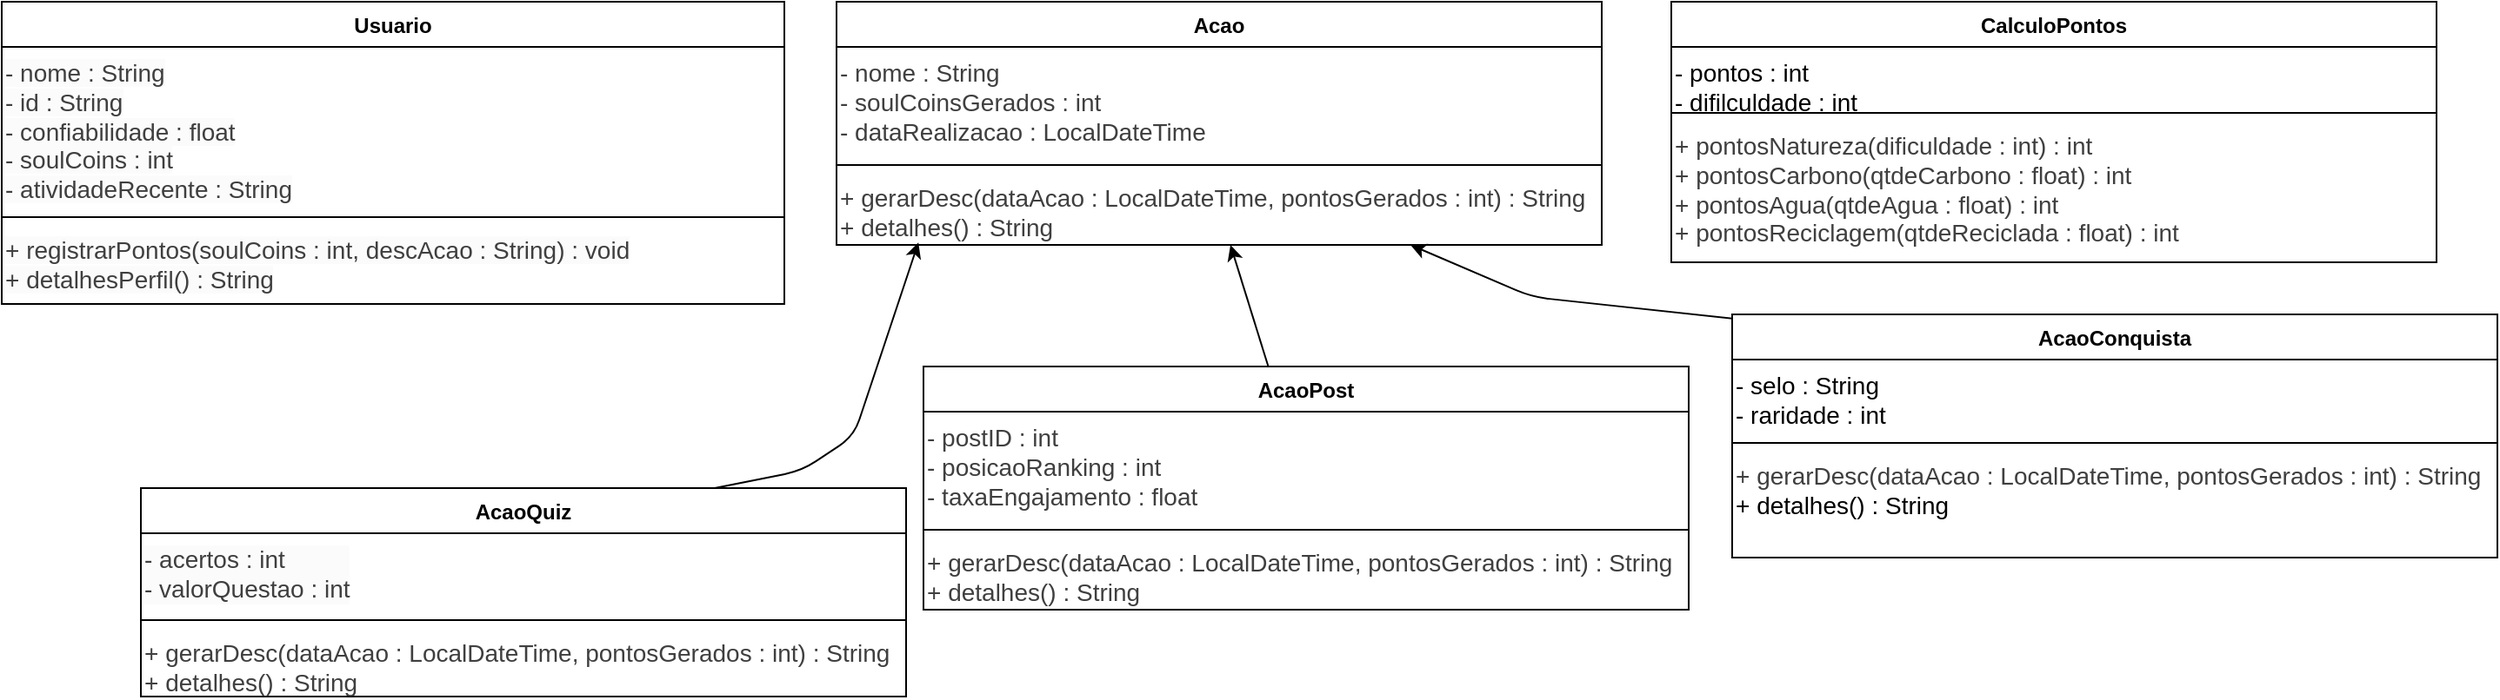
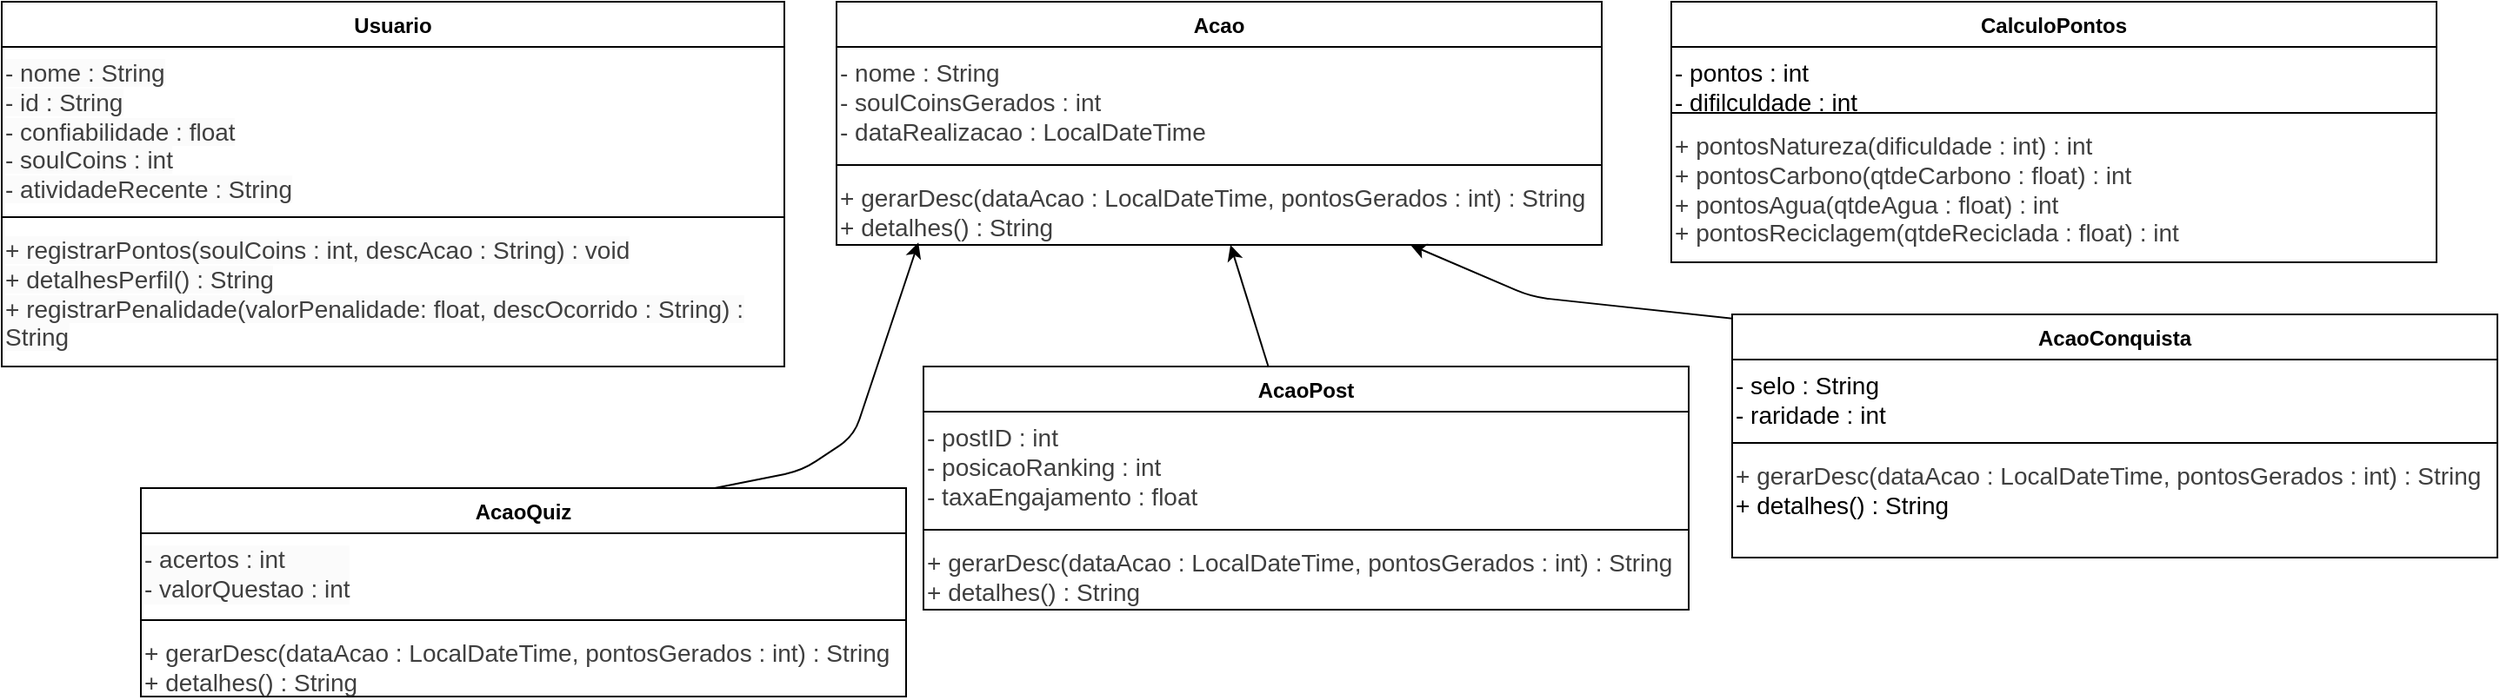
<mxfile host="65bd71144e">
    <diagram name="Diagrama SoulUp" id="soulup-uml">
        <mxGraphModel dx="318" dy="741" grid="1" gridSize="10" guides="1" tooltips="1" connect="1" arrows="1" fold="1" page="1" pageScale="1" pageWidth="1475" pageHeight="827" math="0" shadow="0">
            <root>
                <mxCell id="0"/>
                <mxCell id="1" parent="0"/>
                <mxCell id="7" value="Usuario" style="swimlane;fontStyle=1;align=center;verticalAlign=top;childLayout=stackLayout;horizontal=1;startSize=26;horizontalStack=0;resizeParent=1;resizeParentMax=0;resizeLast=0;collapsible=1;marginBottom=0;whiteSpace=wrap;html=1;" parent="1" vertex="1">
-                     <mxGeometry x="40" y="40" width="450" height="174" as="geometry">
+                     <mxGeometry x="40" y="40" width="450" height="210" as="geometry">
                        <mxRectangle x="710" y="370" width="80" height="30" as="alternateBounds"/>
                    </mxGeometry>
                </mxCell>
                <mxCell id="12" value="&lt;span style=&quot;color: rgb(63, 63, 63); font-family: Helvetica; font-size: 14px; font-style: normal; font-variant-ligatures: normal; font-variant-caps: normal; font-weight: 400; letter-spacing: normal; orphans: 2; text-align: -webkit-left; text-indent: 0px; text-transform: none; widows: 2; word-spacing: 0px; -webkit-text-stroke-width: 0px; white-space: normal; background-color: rgb(251, 251, 251); text-decoration-thickness: initial; text-decoration-style: initial; text-decoration-color: initial; float: none; display: inline !important;&quot;&gt;- nome : String&lt;/span&gt;&lt;br style=&quot;forced-color-adjust: none; color: rgb(63, 63, 63); scrollbar-color: rgb(226, 226, 226) rgb(251, 251, 251); font-family: Helvetica; font-size: 14px; font-style: normal; font-variant-ligatures: normal; font-variant-caps: normal; font-weight: 400; letter-spacing: normal; orphans: 2; text-align: -webkit-left; text-indent: 0px; text-transform: none; widows: 2; word-spacing: 0px; -webkit-text-stroke-width: 0px; white-space: normal; background-color: rgb(251, 251, 251); text-decoration-thickness: initial; text-decoration-style: initial; text-decoration-color: initial;&quot;&gt;&lt;span style=&quot;color: rgb(63, 63, 63); font-family: Helvetica; font-size: 14px; font-style: normal; font-variant-ligatures: normal; font-variant-caps: normal; font-weight: 400; letter-spacing: normal; orphans: 2; text-align: -webkit-left; text-indent: 0px; text-transform: none; widows: 2; word-spacing: 0px; -webkit-text-stroke-width: 0px; white-space: normal; background-color: rgb(251, 251, 251); text-decoration-thickness: initial; text-decoration-style: initial; text-decoration-color: initial; float: none; display: inline !important;&quot;&gt;- id : String&lt;/span&gt;&lt;br style=&quot;forced-color-adjust: none; color: rgb(63, 63, 63); scrollbar-color: rgb(226, 226, 226) rgb(251, 251, 251); font-family: Helvetica; font-size: 14px; font-style: normal; font-variant-ligatures: normal; font-variant-caps: normal; font-weight: 400; letter-spacing: normal; orphans: 2; text-align: -webkit-left; text-indent: 0px; text-transform: none; widows: 2; word-spacing: 0px; -webkit-text-stroke-width: 0px; white-space: normal; background-color: rgb(251, 251, 251); text-decoration-thickness: initial; text-decoration-style: initial; text-decoration-color: initial;&quot;&gt;&lt;span style=&quot;color: rgb(63, 63, 63); font-family: Helvetica; font-size: 14px; font-style: normal; font-variant-ligatures: normal; font-variant-caps: normal; font-weight: 400; letter-spacing: normal; orphans: 2; text-align: -webkit-left; text-indent: 0px; text-transform: none; widows: 2; word-spacing: 0px; -webkit-text-stroke-width: 0px; white-space: normal; background-color: rgb(251, 251, 251); text-decoration-thickness: initial; text-decoration-style: initial; text-decoration-color: initial; float: none; display: inline !important;&quot;&gt;- confiabilidade : float&lt;/span&gt;&lt;br style=&quot;forced-color-adjust: none; color: rgb(63, 63, 63); scrollbar-color: rgb(226, 226, 226) rgb(251, 251, 251); font-family: Helvetica; font-size: 14px; font-style: normal; font-variant-ligatures: normal; font-variant-caps: normal; font-weight: 400; letter-spacing: normal; orphans: 2; text-align: -webkit-left; text-indent: 0px; text-transform: none; widows: 2; word-spacing: 0px; -webkit-text-stroke-width: 0px; white-space: normal; background-color: rgb(251, 251, 251); text-decoration-thickness: initial; text-decoration-style: initial; text-decoration-color: initial;&quot;&gt;&lt;span style=&quot;color: rgb(63, 63, 63); font-family: Helvetica; font-size: 14px; font-style: normal; font-variant-ligatures: normal; font-variant-caps: normal; font-weight: 400; letter-spacing: normal; orphans: 2; text-align: -webkit-left; text-indent: 0px; text-transform: none; widows: 2; word-spacing: 0px; -webkit-text-stroke-width: 0px; white-space: normal; background-color: rgb(251, 251, 251); text-decoration-thickness: initial; text-decoration-style: initial; text-decoration-color: initial; float: none; display: inline !important;&quot;&gt;- soulCoins : int&lt;/span&gt;&lt;div&gt;&lt;div&gt;&lt;span style=&quot;color: rgb(63, 63, 63); font-family: Helvetica; font-size: 14px; font-style: normal; font-variant-ligatures: normal; font-variant-caps: normal; font-weight: 400; letter-spacing: normal; orphans: 2; text-align: -webkit-left; text-indent: 0px; text-transform: none; widows: 2; word-spacing: 0px; -webkit-text-stroke-width: 0px; white-space: normal; background-color: rgb(251, 251, 251); text-decoration-thickness: initial; text-decoration-style: initial; text-decoration-color: initial; float: none; display: inline !important;&quot;&gt;- atividadeRecente : String&lt;/span&gt;&lt;br class=&quot;Apple-interchange-newline&quot;&gt;&lt;/div&gt;&lt;/div&gt;" style="text;whiteSpace=wrap;html=1;" parent="7" vertex="1">
                    <mxGeometry y="26" width="450" height="94" as="geometry"/>
                </mxCell>
                <mxCell id="9" value="" style="line;strokeWidth=1;fillColor=none;align=left;verticalAlign=middle;spacingTop=-1;spacingLeft=3;spacingRight=3;rotatable=0;labelPosition=right;points=[];portConstraint=eastwest;strokeColor=inherit;" parent="7" vertex="1">
                    <mxGeometry y="120" width="450" height="8" as="geometry"/>
                </mxCell>
-                 <mxCell id="13" value="&lt;span style=&quot;color: rgb(63, 63, 63); font-family: Helvetica; font-size: 14px; font-style: normal; font-variant-ligatures: normal; font-variant-caps: normal; font-weight: 400; letter-spacing: normal; orphans: 2; text-align: -webkit-left; text-indent: 0px; text-transform: none; widows: 2; word-spacing: 0px; -webkit-text-stroke-width: 0px; white-space: normal; background-color: rgb(251, 251, 251); text-decoration-thickness: initial; text-decoration-style: initial; text-decoration-color: initial; float: none; display: inline !important;&quot;&gt;+ registrarPontos(soulCoins : int, descAcao : String) : void&lt;/span&gt;&lt;div&gt;&lt;div&gt;&lt;span style=&quot;color: rgb(63, 63, 63); font-family: Helvetica; font-size: 14px; font-style: normal; font-variant-ligatures: normal; font-variant-caps: normal; font-weight: 400; letter-spacing: normal; orphans: 2; text-align: -webkit-left; text-indent: 0px; text-transform: none; widows: 2; word-spacing: 0px; -webkit-text-stroke-width: 0px; white-space: normal; background-color: rgb(251, 251, 251); text-decoration-thickness: initial; text-decoration-style: initial; text-decoration-color: initial; float: none; display: inline !important;&quot;&gt;+ detalhesPerfil() : String&lt;/span&gt;&lt;/div&gt;&lt;/div&gt;" style="text;whiteSpace=wrap;html=1;" parent="7" vertex="1">
-                     <mxGeometry y="128" width="450" height="46" as="geometry"/>
+                 <mxCell id="13" value="&lt;span style=&quot;color: rgb(63, 63, 63); font-family: Helvetica; font-size: 14px; font-style: normal; font-variant-ligatures: normal; font-variant-caps: normal; font-weight: 400; letter-spacing: normal; orphans: 2; text-align: -webkit-left; text-indent: 0px; text-transform: none; widows: 2; word-spacing: 0px; -webkit-text-stroke-width: 0px; white-space: normal; background-color: rgb(251, 251, 251); text-decoration-thickness: initial; text-decoration-style: initial; text-decoration-color: initial; float: none; display: inline !important;&quot;&gt;+ registrarPontos(soulCoins : int, descAcao : String) : void&lt;/span&gt;&lt;div&gt;&lt;div&gt;&lt;span style=&quot;color: rgb(63, 63, 63); font-family: Helvetica; font-size: 14px; font-style: normal; font-variant-ligatures: normal; font-variant-caps: normal; font-weight: 400; letter-spacing: normal; orphans: 2; text-align: -webkit-left; text-indent: 0px; text-transform: none; widows: 2; word-spacing: 0px; -webkit-text-stroke-width: 0px; white-space: normal; background-color: rgb(251, 251, 251); text-decoration-thickness: initial; text-decoration-style: initial; text-decoration-color: initial; float: none; display: inline !important;&quot;&gt;+ detalhesPerfil() : String&lt;/span&gt;&lt;/div&gt;&lt;/div&gt;&lt;div&gt;&lt;span style=&quot;color: rgb(63, 63, 63); font-family: Helvetica; font-size: 14px; font-style: normal; font-variant-ligatures: normal; font-variant-caps: normal; font-weight: 400; letter-spacing: normal; orphans: 2; text-align: -webkit-left; text-indent: 0px; text-transform: none; widows: 2; word-spacing: 0px; -webkit-text-stroke-width: 0px; white-space: normal; background-color: rgb(251, 251, 251); text-decoration-thickness: initial; text-decoration-style: initial; text-decoration-color: initial; float: none; display: inline !important;&quot;&gt;+ registrarPenalidade(valorPenalidade: float, descOcorrido : String) : String&lt;/span&gt;&lt;/div&gt;" style="text;whiteSpace=wrap;html=1;" parent="7" vertex="1">
+                     <mxGeometry y="128" width="450" height="82" as="geometry"/>
                </mxCell>
                <mxCell id="14" value="Acao" style="swimlane;fontStyle=1;align=center;verticalAlign=top;childLayout=stackLayout;horizontal=1;startSize=26;horizontalStack=0;resizeParent=1;resizeParentMax=0;resizeLast=0;collapsible=1;marginBottom=0;whiteSpace=wrap;html=1;" parent="1" vertex="1">
                    <mxGeometry x="520" y="40" width="440" height="140" as="geometry">
                        <mxRectangle x="520" y="40" width="80" height="30" as="alternateBounds"/>
                    </mxGeometry>
                </mxCell>
                <mxCell id="15" value="&lt;span style=&quot;color: rgb(63, 63, 63); font-size: 14px;&quot;&gt;- nome : String&lt;/span&gt;&lt;br style=&quot;color: rgb(63, 63, 63); scrollbar-color: rgb(226, 226, 226) rgb(251, 251, 251); font-size: 14px;&quot;&gt;&lt;span style=&quot;color: rgb(63, 63, 63); font-size: 14px;&quot;&gt;- soulCoinsGerados : int&lt;/span&gt;&lt;br style=&quot;color: rgb(63, 63, 63); scrollbar-color: rgb(226, 226, 226) rgb(251, 251, 251); font-size: 14px;&quot;&gt;&lt;span style=&quot;color: rgb(63, 63, 63); font-size: 14px;&quot;&gt;- dataRealizacao : LocalDateTime&lt;/span&gt;" style="text;whiteSpace=wrap;html=1;" parent="14" vertex="1">
                    <mxGeometry y="26" width="440" height="64" as="geometry"/>
                </mxCell>
                <mxCell id="16" value="" style="line;strokeWidth=1;fillColor=none;align=left;verticalAlign=middle;spacingTop=-1;spacingLeft=3;spacingRight=3;rotatable=0;labelPosition=right;points=[];portConstraint=eastwest;strokeColor=inherit;" parent="14" vertex="1">
                    <mxGeometry y="90" width="440" height="8" as="geometry"/>
                </mxCell>
                <mxCell id="17" value="&lt;div style=&quot;color: rgb(63, 63, 63); scrollbar-color: rgb(226, 226, 226) rgb(251, 251, 251);&quot;&gt;&lt;span style=&quot;scrollbar-color: rgb(226, 226, 226) rgb(251, 251, 251); font-size: 14px; color: rgb(63, 63, 63);&quot;&gt;+&amp;nbsp;&lt;span style=&quot;scrollbar-color: rgb(226, 226, 226) rgb(251, 251, 251); color: rgb(63, 63, 63);&quot;&gt;gerarDesc&lt;/span&gt;(&lt;/span&gt;&lt;span style=&quot;scrollbar-color: rgb(226, 226, 226) rgb(251, 251, 251); font-size: 14px; color: rgb(63, 63, 63);&quot;&gt;dataAcao :&amp;nbsp;&lt;/span&gt;&lt;span style=&quot;scrollbar-color: rgb(226, 226, 226) rgb(251, 251, 251); font-size: 14px; background-color: transparent; color: rgb(63, 63, 63);&quot;&gt;LocalDateTime&lt;/span&gt;&lt;span style=&quot;scrollbar-color: rgb(226, 226, 226) rgb(251, 251, 251); background-color: transparent; font-size: 14px; color: rgb(63, 63, 63);&quot;&gt;, pontosGerados : int&lt;/span&gt;&lt;span style=&quot;scrollbar-color: rgb(226, 226, 226) rgb(251, 251, 251); background-color: transparent; font-size: 14px; color: rgb(63, 63, 63);&quot;&gt;) : String&lt;/span&gt;&lt;/div&gt;&lt;span style=&quot;color: rgb(63, 63, 63); scrollbar-color: rgb(226, 226, 226) rgb(251, 251, 251); font-size: 14px;&quot;&gt;+ detalhes() : String&lt;/span&gt;" style="text;whiteSpace=wrap;html=1;" parent="14" vertex="1">
                    <mxGeometry y="98" width="440" height="42" as="geometry"/>
                </mxCell>
                <mxCell id="22" value="" style="edgeStyle=none;html=1;" parent="1" source="18" target="17" edge="1">
                    <mxGeometry relative="1" as="geometry"/>
                </mxCell>
                <mxCell id="18" value="AcaoPost" style="swimlane;fontStyle=1;align=center;verticalAlign=top;childLayout=stackLayout;horizontal=1;startSize=26;horizontalStack=0;resizeParent=1;resizeParentMax=0;resizeLast=0;collapsible=1;marginBottom=0;whiteSpace=wrap;html=1;" parent="1" vertex="1">
                    <mxGeometry x="570" y="250" width="440" height="140" as="geometry">
                        <mxRectangle x="710" y="370" width="80" height="30" as="alternateBounds"/>
                    </mxGeometry>
                </mxCell>
                <mxCell id="19" value="&lt;span style=&quot;color: rgb(63, 63, 63); font-size: 14px;&quot;&gt;- postID : int&lt;/span&gt;&lt;br style=&quot;color: rgb(63, 63, 63); scrollbar-color: rgb(226, 226, 226) rgb(251, 251, 251); font-size: 14px;&quot;&gt;&lt;span style=&quot;color: rgb(63, 63, 63); font-size: 14px;&quot;&gt;- posicaoRanking : int&lt;/span&gt;&lt;br style=&quot;color: rgb(63, 63, 63); scrollbar-color: rgb(226, 226, 226) rgb(251, 251, 251); font-size: 14px;&quot;&gt;&lt;span style=&quot;color: rgb(63, 63, 63); font-size: 14px;&quot;&gt;- taxaEngajamento : float&lt;/span&gt;&lt;div&gt;&lt;span style=&quot;color: rgb(63, 63, 63); font-size: 14px;&quot;&gt;&lt;br&gt;&lt;/span&gt;&lt;/div&gt;" style="text;whiteSpace=wrap;html=1;" parent="18" vertex="1">
                    <mxGeometry y="26" width="440" height="64" as="geometry"/>
                </mxCell>
                <mxCell id="20" value="" style="line;strokeWidth=1;fillColor=none;align=left;verticalAlign=middle;spacingTop=-1;spacingLeft=3;spacingRight=3;rotatable=0;labelPosition=right;points=[];portConstraint=eastwest;strokeColor=inherit;" parent="18" vertex="1">
                    <mxGeometry y="90" width="440" height="8" as="geometry"/>
                </mxCell>
                <mxCell id="21" value="&lt;div style=&quot;color: rgb(63, 63, 63); scrollbar-color: rgb(226, 226, 226) rgb(251, 251, 251);&quot;&gt;&lt;span style=&quot;scrollbar-color: rgb(226, 226, 226) rgb(251, 251, 251); font-size: 14px; color: rgb(63, 63, 63);&quot;&gt;+&amp;nbsp;&lt;span style=&quot;scrollbar-color: rgb(226, 226, 226) rgb(251, 251, 251); color: rgb(63, 63, 63);&quot;&gt;gerarDesc&lt;/span&gt;(&lt;/span&gt;&lt;span style=&quot;scrollbar-color: rgb(226, 226, 226) rgb(251, 251, 251); font-size: 14px; color: rgb(63, 63, 63);&quot;&gt;dataAcao :&amp;nbsp;&lt;/span&gt;&lt;span style=&quot;scrollbar-color: rgb(226, 226, 226) rgb(251, 251, 251); font-size: 14px; background-color: transparent; color: rgb(63, 63, 63);&quot;&gt;LocalDateTime&lt;/span&gt;&lt;span style=&quot;scrollbar-color: rgb(226, 226, 226) rgb(251, 251, 251); background-color: transparent; font-size: 14px; color: rgb(63, 63, 63);&quot;&gt;, pontosGerados : int&lt;/span&gt;&lt;span style=&quot;scrollbar-color: rgb(226, 226, 226) rgb(251, 251, 251); background-color: transparent; font-size: 14px; color: rgb(63, 63, 63);&quot;&gt;) : String&lt;/span&gt;&lt;/div&gt;&lt;span style=&quot;color: rgb(63, 63, 63); scrollbar-color: rgb(226, 226, 226) rgb(251, 251, 251); font-size: 14px;&quot;&gt;+ detalhes() : String&lt;/span&gt;" style="text;whiteSpace=wrap;html=1;" parent="18" vertex="1">
                    <mxGeometry y="98" width="440" height="42" as="geometry"/>
                </mxCell>
                <mxCell id="42" value="" style="edgeStyle=none;html=1;exitX=0.48;exitY=0.036;exitDx=0;exitDy=0;exitPerimeter=0;entryX=0.75;entryY=1;entryDx=0;entryDy=0;" parent="1" source="32" target="17" edge="1">
                    <mxGeometry relative="1" as="geometry">
                        <mxPoint x="760" y="240" as="targetPoint"/>
                        <Array as="points">
                            <mxPoint x="1200" y="240"/>
                            <mxPoint x="920" y="210"/>
                        </Array>
                    </mxGeometry>
                </mxCell>
                <mxCell id="32" value="AcaoConquista" style="swimlane;fontStyle=1;align=center;verticalAlign=top;childLayout=stackLayout;horizontal=1;startSize=26;horizontalStack=0;resizeParent=1;resizeParentMax=0;resizeLast=0;collapsible=1;marginBottom=0;whiteSpace=wrap;html=1;" parent="1" vertex="1">
                    <mxGeometry x="1035" y="220" width="440" height="140" as="geometry">
                        <mxRectangle x="710" y="370" width="80" height="30" as="alternateBounds"/>
                    </mxGeometry>
                </mxCell>
                <mxCell id="33" value="&lt;div&gt;&lt;span style=&quot;font-size: 14px;&quot;&gt;- selo : String&lt;/span&gt;&lt;/div&gt;&lt;div&gt;&lt;span style=&quot;font-size: 14px;&quot;&gt;- raridade : int&lt;/span&gt;&lt;/div&gt;" style="text;whiteSpace=wrap;html=1;" parent="32" vertex="1">
                    <mxGeometry y="26" width="440" height="44" as="geometry"/>
                </mxCell>
                <mxCell id="34" value="" style="line;strokeWidth=1;fillColor=none;align=left;verticalAlign=middle;spacingTop=-1;spacingLeft=3;spacingRight=3;rotatable=0;labelPosition=right;points=[];portConstraint=eastwest;strokeColor=inherit;" parent="32" vertex="1">
                    <mxGeometry y="70" width="440" height="8" as="geometry"/>
                </mxCell>
                <mxCell id="35" value="&lt;div&gt;&lt;span style=&quot;color: rgb(63, 63, 63); font-size: 14px;&quot;&gt;+&amp;nbsp;&lt;span style=&quot;color: rgb(63, 63, 63);&quot;&gt;gerarDesc&lt;/span&gt;(&lt;/span&gt;&lt;span style=&quot;scrollbar-color: rgb(226, 226, 226) rgb(251, 251, 251); font-size: 14px; color: rgb(63, 63, 63);&quot;&gt;dataAcao :&amp;nbsp;&lt;/span&gt;&lt;span style=&quot;color: rgb(63, 63, 63); font-size: 14px; background-color: transparent;&quot;&gt;LocalDateTime&lt;/span&gt;&lt;span style=&quot;background-color: transparent; scrollbar-color: rgb(226, 226, 226) rgb(251, 251, 251); font-size: 14px; color: rgb(63, 63, 63);&quot;&gt;, pontosGerados : int&lt;/span&gt;&lt;span style=&quot;background-color: transparent; font-size: 14px; color: rgb(63, 63, 63);&quot;&gt;) : String&lt;/span&gt;&lt;/div&gt;&lt;span style=&quot;font-size: 14px;&quot;&gt;+ detalhes() : String&lt;/span&gt;" style="text;whiteSpace=wrap;html=1;" parent="32" vertex="1">
                    <mxGeometry y="78" width="440" height="62" as="geometry"/>
                </mxCell>
                <mxCell id="47" style="edgeStyle=none;html=1;exitX=0.75;exitY=0;exitDx=0;exitDy=0;entryX=0.107;entryY=0.966;entryDx=0;entryDy=0;entryPerimeter=0;" parent="1" source="43" target="17" edge="1">
                    <mxGeometry relative="1" as="geometry">
                        <Array as="points">
                            <mxPoint x="500" y="310"/>
                            <mxPoint x="530" y="290"/>
                        </Array>
                    </mxGeometry>
                </mxCell>
                <mxCell id="43" value="AcaoQuiz" style="swimlane;fontStyle=1;align=center;verticalAlign=top;childLayout=stackLayout;horizontal=1;startSize=26;horizontalStack=0;resizeParent=1;resizeParentMax=0;resizeLast=0;collapsible=1;marginBottom=0;whiteSpace=wrap;html=1;" parent="1" vertex="1">
                    <mxGeometry x="120" y="320" width="440" height="120" as="geometry">
                        <mxRectangle x="710" y="370" width="80" height="30" as="alternateBounds"/>
                    </mxGeometry>
                </mxCell>
                <mxCell id="48" value="&lt;div style=&quot;forced-color-adjust: none; color: rgb(63, 63, 63); scrollbar-color: rgb(226, 226, 226) rgb(251, 251, 251); font-family: Helvetica; font-style: normal; font-variant-ligatures: normal; font-variant-caps: normal; font-weight: 400; letter-spacing: normal; orphans: 2; text-align: left; text-indent: 0px; text-transform: none; widows: 2; word-spacing: 0px; -webkit-text-stroke-width: 0px; white-space: normal; background-color: rgb(251, 251, 251); text-decoration-thickness: initial; text-decoration-style: initial; text-decoration-color: initial;&quot;&gt;&lt;span style=&quot;font-size: 14px;&quot;&gt;- acertos : int&lt;/span&gt;&lt;/div&gt;&lt;div style=&quot;forced-color-adjust: none; color: rgb(63, 63, 63); scrollbar-color: rgb(226, 226, 226) rgb(251, 251, 251); font-family: Helvetica; font-style: normal; font-variant-ligatures: normal; font-variant-caps: normal; font-weight: 400; letter-spacing: normal; orphans: 2; text-align: left; text-indent: 0px; text-transform: none; widows: 2; word-spacing: 0px; -webkit-text-stroke-width: 0px; white-space: normal; background-color: rgb(251, 251, 251); text-decoration-thickness: initial; text-decoration-style: initial; text-decoration-color: initial;&quot;&gt;&lt;span style=&quot;font-size: 14px;&quot;&gt;- valorQuestao : int&lt;/span&gt;&lt;/div&gt;" style="text;whiteSpace=wrap;html=1;" parent="43" vertex="1">
                    <mxGeometry y="26" width="440" height="46" as="geometry"/>
                </mxCell>
                <mxCell id="45" value="" style="line;strokeWidth=1;fillColor=none;align=left;verticalAlign=middle;spacingTop=-1;spacingLeft=3;spacingRight=3;rotatable=0;labelPosition=right;points=[];portConstraint=eastwest;strokeColor=inherit;" parent="43" vertex="1">
                    <mxGeometry y="72" width="440" height="8" as="geometry"/>
                </mxCell>
                <mxCell id="46" value="&lt;div style=&quot;color: rgb(63, 63, 63); scrollbar-color: rgb(226, 226, 226) rgb(251, 251, 251);&quot;&gt;&lt;span style=&quot;scrollbar-color: rgb(226, 226, 226) rgb(251, 251, 251); font-size: 14px; color: rgb(63, 63, 63);&quot;&gt;+&amp;nbsp;&lt;span style=&quot;scrollbar-color: rgb(226, 226, 226) rgb(251, 251, 251); color: rgb(63, 63, 63);&quot;&gt;gerarDesc&lt;/span&gt;(&lt;/span&gt;&lt;span style=&quot;scrollbar-color: rgb(226, 226, 226) rgb(251, 251, 251); font-size: 14px; color: rgb(63, 63, 63);&quot;&gt;dataAcao :&amp;nbsp;&lt;/span&gt;&lt;span style=&quot;scrollbar-color: rgb(226, 226, 226) rgb(251, 251, 251); font-size: 14px; background-color: transparent; color: rgb(63, 63, 63);&quot;&gt;LocalDateTime&lt;/span&gt;&lt;span style=&quot;scrollbar-color: rgb(226, 226, 226) rgb(251, 251, 251); background-color: transparent; font-size: 14px; color: rgb(63, 63, 63);&quot;&gt;, pontosGerados : int&lt;/span&gt;&lt;span style=&quot;scrollbar-color: rgb(226, 226, 226) rgb(251, 251, 251); background-color: transparent; font-size: 14px; color: rgb(63, 63, 63);&quot;&gt;) : String&lt;/span&gt;&lt;/div&gt;&lt;span style=&quot;color: rgb(63, 63, 63); scrollbar-color: rgb(226, 226, 226) rgb(251, 251, 251); font-size: 14px;&quot;&gt;+ detalhes() : String&lt;/span&gt;" style="text;whiteSpace=wrap;html=1;" parent="43" vertex="1">
                    <mxGeometry y="80" width="440" height="40" as="geometry"/>
                </mxCell>
                <mxCell id="53" value="CalculoPontos" style="swimlane;fontStyle=1;align=center;verticalAlign=top;childLayout=stackLayout;horizontal=1;startSize=26;horizontalStack=0;resizeParent=1;resizeParentMax=0;resizeLast=0;collapsible=1;marginBottom=0;whiteSpace=wrap;html=1;" parent="1" vertex="1">
                    <mxGeometry x="1000" y="40" width="440" height="150" as="geometry">
                        <mxRectangle x="1000" y="40" width="140" height="30" as="alternateBounds"/>
                    </mxGeometry>
                </mxCell>
                <mxCell id="54" value="&lt;div&gt;&lt;span style=&quot;font-size: 14px;&quot;&gt;- pontos : int&lt;/span&gt;&lt;/div&gt;&lt;div&gt;&lt;span style=&quot;font-size: 14px;&quot;&gt;- difilculdade : int&lt;/span&gt;&lt;/div&gt;" style="text;whiteSpace=wrap;html=1;" parent="53" vertex="1">
                    <mxGeometry y="26" width="440" height="34" as="geometry"/>
                </mxCell>
                <mxCell id="55" value="" style="line;strokeWidth=1;fillColor=none;align=left;verticalAlign=middle;spacingTop=-1;spacingLeft=3;spacingRight=3;rotatable=0;labelPosition=right;points=[];portConstraint=eastwest;strokeColor=inherit;" parent="53" vertex="1">
                    <mxGeometry y="60" width="440" height="8" as="geometry"/>
                </mxCell>
                <mxCell id="56" value="&lt;div style=&quot;color: rgb(63, 63, 63); scrollbar-color: rgb(226, 226, 226) rgb(251, 251, 251);&quot;&gt;&lt;span style=&quot;scrollbar-color: rgb(226, 226, 226) rgb(251, 251, 251); font-size: 14px; color: rgb(63, 63, 63);&quot;&gt;+ pontosNatureza(&lt;span style=&quot;scrollbar-color: rgb(226, 226, 226) rgb(251, 251, 251); color: rgb(63, 63, 63);&quot;&gt;dificuldade : int&lt;/span&gt;) :&amp;nbsp;&lt;/span&gt;&lt;span style=&quot;color: rgb(63, 63, 63); font-size: 14px;&quot;&gt;int&lt;/span&gt;&lt;br style=&quot;scrollbar-color: rgb(226, 226, 226) rgb(251, 251, 251); font-size: 14px; color: rgb(63, 63, 63);&quot;&gt;&lt;span style=&quot;scrollbar-color: rgb(226, 226, 226) rgb(251, 251, 251); font-size: 14px; color: rgb(63, 63, 63);&quot;&gt;+ pontosCarbono(&lt;span style=&quot;color: rgb(63, 63, 63);&quot;&gt;qtdeCarbono : float&lt;/span&gt;) :&amp;nbsp;&lt;/span&gt;&lt;span style=&quot;color: rgb(63, 63, 63); font-size: 14px;&quot;&gt;int&lt;/span&gt;&lt;br style=&quot;scrollbar-color: rgb(226, 226, 226) rgb(251, 251, 251); font-size: 14px; color: rgb(63, 63, 63);&quot;&gt;&lt;span style=&quot;scrollbar-color: rgb(226, 226, 226) rgb(251, 251, 251); font-size: 14px; color: rgb(63, 63, 63);&quot;&gt;+ pontosAgua(&lt;span style=&quot;color: rgb(63, 63, 63);&quot;&gt;qtdeAgua : float&lt;/span&gt;) :&amp;nbsp;&lt;/span&gt;&lt;span style=&quot;color: rgb(63, 63, 63); font-size: 14px;&quot;&gt;int&lt;/span&gt;&lt;div style=&quot;scrollbar-color: rgb(226, 226, 226) rgb(251, 251, 251); color: rgb(63, 63, 63);&quot;&gt;&lt;font style=&quot;scrollbar-color: rgb(226, 226, 226) rgb(251, 251, 251); font-size: 14px; color: rgb(63, 63, 63);&quot;&gt;+ pontosReciclagem(&lt;span style=&quot;color: rgb(63, 63, 63);&quot;&gt;qtdeReciclada : float&lt;/span&gt;) : int&lt;/font&gt;&lt;/div&gt;&lt;/div&gt;" style="text;whiteSpace=wrap;html=1;" parent="53" vertex="1">
                    <mxGeometry y="68" width="440" height="82" as="geometry"/>
                </mxCell>
            </root>
        </mxGraphModel>
    </diagram>
</mxfile>